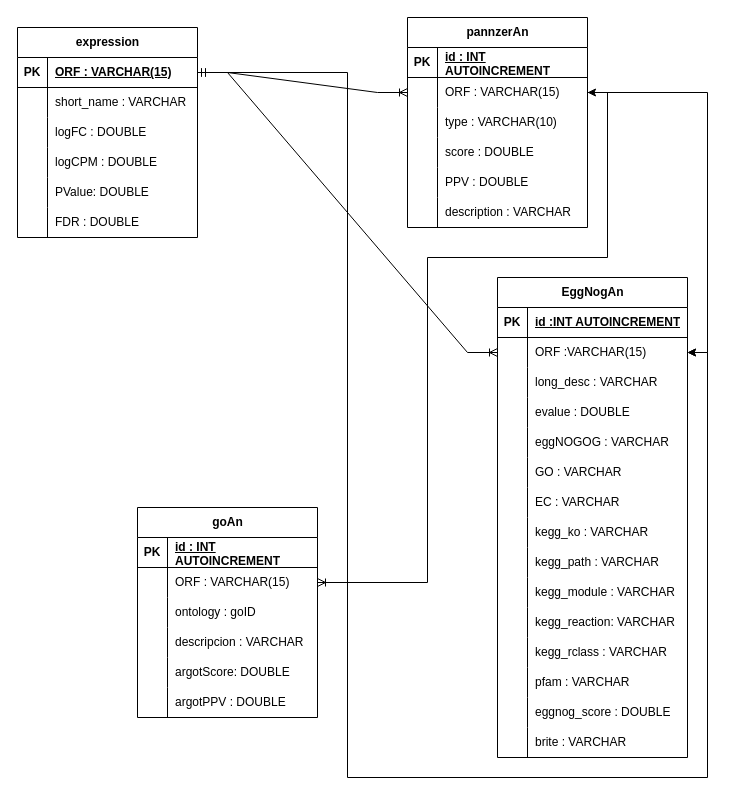
Earlier version of the draw.io diagram transcriptDB.drawio (cpatarroyo/transcriptDB). Source tidied: cells renumbered, new cells numbered last; positions are measured from the earlier drawing's top-left corner, leaving out a move shared by most shapes. Both pictures are drawn from the tidied source at 100%, with x=0, y=0 at pixel (17, 17).
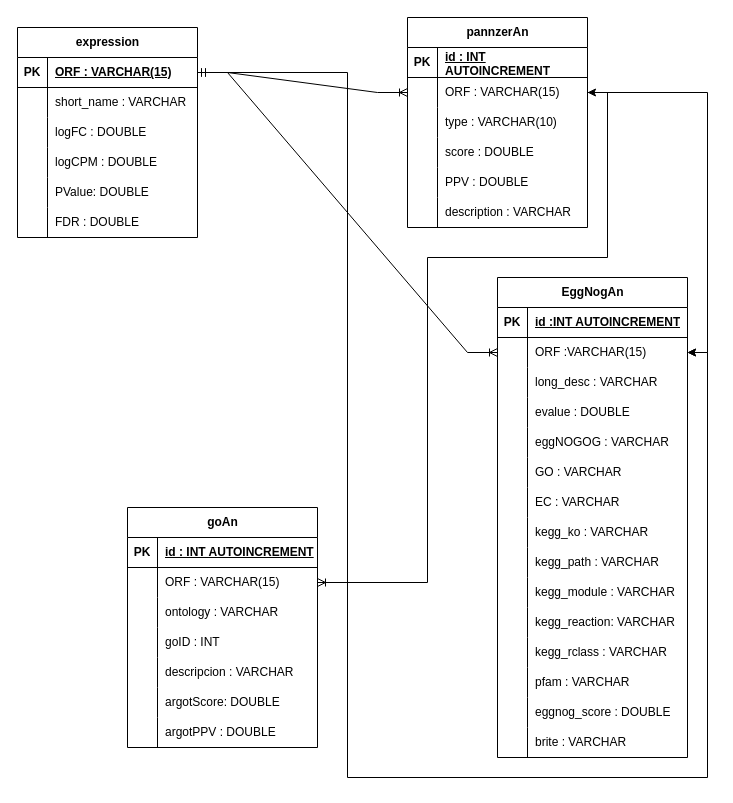
The same diagram, later.

Change to the diagram source:
```diff
@@
     <mxCell id="68" value="goAn" style="shape=table;startSize=30;childLayout=tableLayout;rowLines=0;fontStyle=1;align=center;html=1;" parent="1" vertex="1">
-      <mxGeometry x="120" y="490" width="180" height="210" as="geometry" />
+      <mxGeometry x="110" y="490" width="190" height="240" as="geometry" />
     </mxCell>
     <mxCell id="69" style="shape=tableRow;horizontal=0;startSize=0;swimlaneHead=0;swimlaneBody=0;fillColor=none;top=0;left=0;right=0;bottom=1;" parent="68" vertex="1">
-      <mxGeometry y="30" width="180" height="30" as="geometry" />
+      <mxGeometry y="30" width="190" height="30" as="geometry" />
     </mxCell>
@@
     <mxCell id="71" value="id : INT AUTOINCREMENT" style="shape=partialRectangle;fillColor=none;top=0;left=0;bottom=0;right=0;align=left;spacingLeft=6;fontStyle=5;overflow=hidden;whiteSpace=wrap;html=1;" parent="69" vertex="1">
-      <mxGeometry x="30" width="150" height="30" as="geometry" />
+      <mxGeometry x="30" width="160" height="30" as="geometry" />
     </mxCell>
     <mxCell id="72" style="shape=tableRow;horizontal=0;startSize=0;swimlaneHead=0;swimlaneBody=0;fillColor=none;points=[[0,0.5],[1,0.5]];portConstraint=eastwest;top=0;left=0;right=0;bottom=0;" parent="68" vertex="1">
-      <mxGeometry y="60" width="180" height="30" as="geometry" />
+      <mxGeometry y="60" width="190" height="30" as="geometry" />
     </mxCell>
@@
     <mxCell id="74" value="ORF : VARCHAR(15)" style="shape=partialRectangle;fillColor=none;top=0;left=0;bottom=0;right=0;align=left;spacingLeft=6;overflow=hidden;whiteSpace=wrap;html=1;" parent="72" vertex="1">
-      <mxGeometry x="30" width="150" height="30" as="geometry" />
+      <mxGeometry x="30" width="160" height="30" as="geometry" />
     </mxCell>
     <mxCell id="75" style="shape=tableRow;horizontal=0;startSize=0;swimlaneHead=0;swimlaneBody=0;fillColor=none;top=0;left=0;right=0;bottom=0;" parent="68" vertex="1">
-      <mxGeometry y="90" width="180" height="30" as="geometry" />
+      <mxGeometry y="90" width="190" height="30" as="geometry" />
     </mxCell>
@@
-    <mxCell id="77" value="ontology : goID" style="shape=partialRectangle;fillColor=none;top=0;left=0;bottom=0;right=0;align=left;spacingLeft=6;overflow=hidden;whiteSpace=wrap;html=1;" parent="75" vertex="1">
-      <mxGeometry x="30" width="150" height="30" as="geometry" />
+    <mxCell id="77" value="ontology : VARCHAR" style="shape=partialRectangle;fillColor=none;top=0;left=0;bottom=0;right=0;align=left;spacingLeft=6;overflow=hidden;whiteSpace=wrap;html=1;" parent="75" vertex="1">
+      <mxGeometry x="30" width="160" height="30" as="geometry" />
     </mxCell>
+    <mxCell id="111" style="shape=tableRow;horizontal=0;startSize=0;swimlaneHead=0;swimlaneBody=0;fillColor=none;top=0;left=0;right=0;bottom=0;" parent="68" vertex="1">
+      <mxGeometry y="120" width="190" height="30" as="geometry" />
+    </mxCell>
+    <mxCell id="112" style="shape=partialRectangle;fillColor=none;top=0;left=0;bottom=0;right=0;overflow=hidden;whiteSpace=wrap;html=1;" parent="111" vertex="1">
+      <mxGeometry width="30" height="30" as="geometry" />
+    </mxCell>
+    <mxCell id="113" value="goID : INT" style="shape=partialRectangle;fillColor=none;top=0;left=0;bottom=0;right=0;align=left;spacingLeft=6;overflow=hidden;whiteSpace=wrap;html=1;" parent="111" vertex="1">
+      <mxGeometry x="30" width="160" height="30" as="geometry" />
+    </mxCell>
     <mxCell id="78" style="shape=tableRow;horizontal=0;startSize=0;swimlaneHead=0;swimlaneBody=0;fillColor=none;top=0;left=0;right=0;bottom=0;" parent="68" vertex="1">
-      <mxGeometry y="120" width="180" height="30" as="geometry" />
+      <mxGeometry y="150" width="190" height="30" as="geometry" />
     </mxCell>
@@
     <mxCell id="80" value="descripcion : VARCHAR" style="shape=partialRectangle;fillColor=none;top=0;left=0;bottom=0;right=0;align=left;spacingLeft=6;overflow=hidden;whiteSpace=wrap;html=1;" parent="78" vertex="1">
-      <mxGeometry x="30" width="150" height="30" as="geometry" />
+      <mxGeometry x="30" width="160" height="30" as="geometry" />
     </mxCell>
     <mxCell id="81" style="shape=tableRow;horizontal=0;startSize=0;swimlaneHead=0;swimlaneBody=0;fillColor=none;top=0;left=0;right=0;bottom=0;" parent="68" vertex="1">
-      <mxGeometry y="150" width="180" height="30" as="geometry" />
+      <mxGeometry y="180" width="190" height="30" as="geometry" />
     </mxCell>
@@
     <mxCell id="83" value="argotScore: DOUBLE" style="shape=partialRectangle;fillColor=none;top=0;left=0;bottom=0;right=0;align=left;spacingLeft=6;overflow=hidden;whiteSpace=wrap;html=1;" parent="81" vertex="1">
-      <mxGeometry x="30" width="150" height="30" as="geometry" />
+      <mxGeometry x="30" width="160" height="30" as="geometry" />
     </mxCell>
     <mxCell id="84" style="shape=tableRow;horizontal=0;startSize=0;swimlaneHead=0;swimlaneBody=0;fillColor=none;top=0;left=0;right=0;bottom=0;" parent="68" vertex="1">
-      <mxGeometry y="180" width="180" height="30" as="geometry" />
+      <mxGeometry y="210" width="190" height="30" as="geometry" />
     </mxCell>
@@
     <mxCell id="86" value="argotPPV : DOUBLE" style="shape=partialRectangle;fillColor=none;top=0;left=0;bottom=0;right=0;align=left;spacingLeft=6;overflow=hidden;whiteSpace=wrap;html=1;" parent="84" vertex="1">
-      <mxGeometry x="30" width="150" height="30" as="geometry" />
+      <mxGeometry x="30" width="160" height="30" as="geometry" />
     </mxCell>
```
